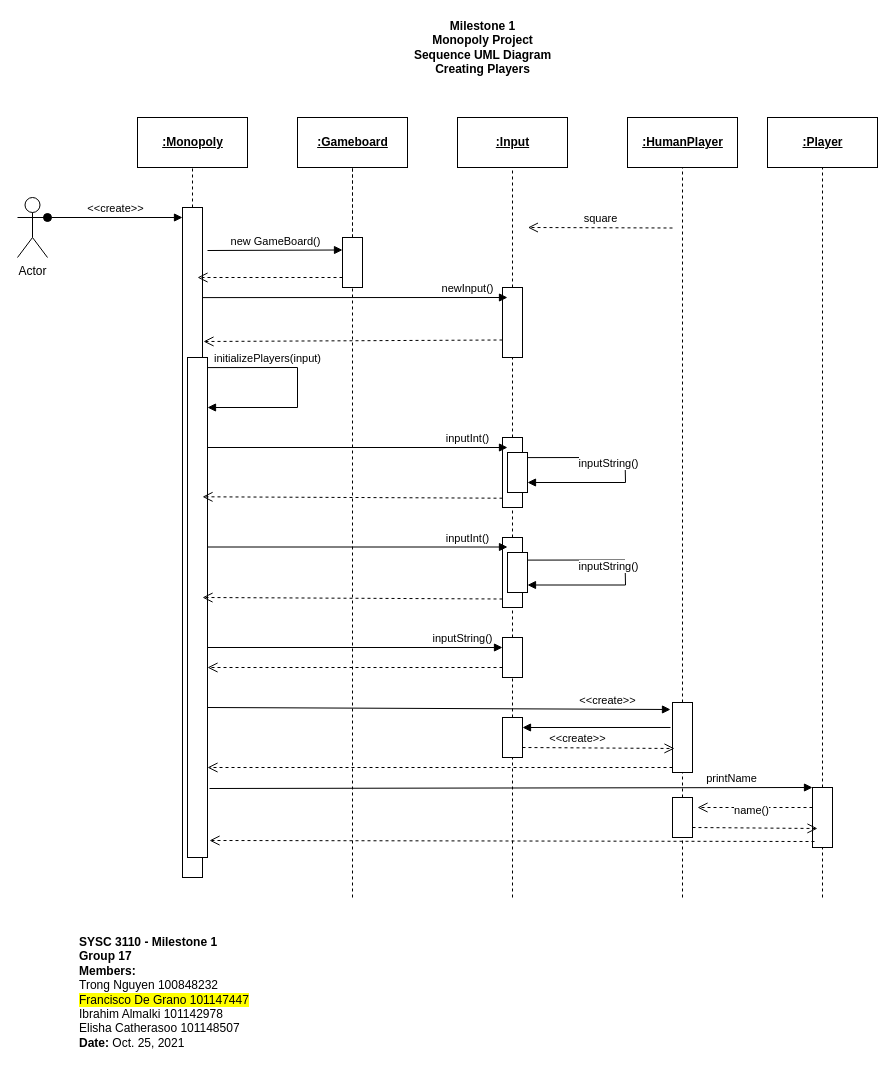
Above: page "SequenceUML_1" (2 of 5) of M1_ClassUML.drawio in trong0dn/monopoly (draw.io), before the change. Source tidied: cells renumbered, new cells numbered last; positions are measured from the earlier drawing's top-left corner, leaving out a move shared by most shapes. Both pictures are drawn from the tidied source at 100%, with x=0, y=0 at pixel (17, 17).
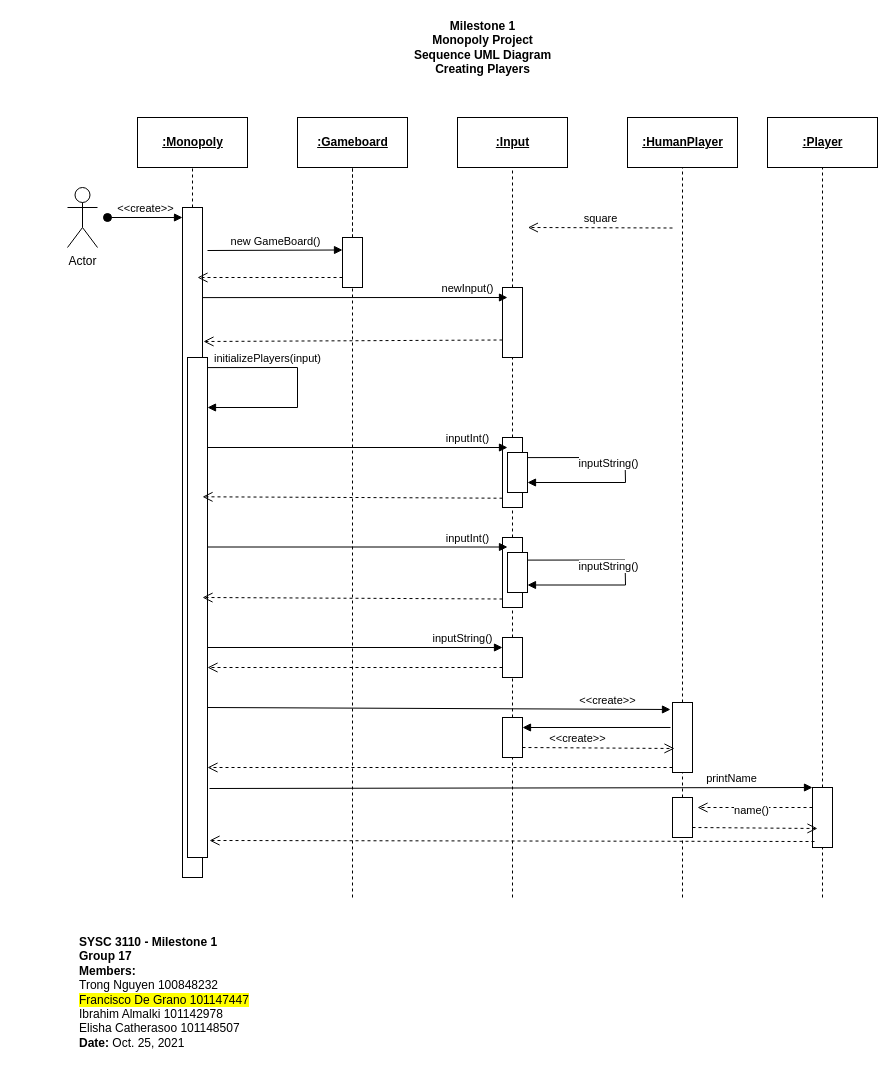
The same page after the edit.

The edit, as a diff of the source:
```diff
@@
-    <mxCell id="9" value="&amp;lt;&amp;lt;create&amp;gt;&amp;gt;" style="html=1;verticalAlign=bottom;startArrow=oval;startFill=1;endArrow=block;startSize=8;rounded=0;exitX=1;exitY=0.3333333333333333;exitDx=0;exitDy=0;exitPerimeter=0;" parent="1" edge="1" source="22">
+    <mxCell id="9" value="&amp;lt;&amp;lt;create&amp;gt;&amp;gt;" style="html=1;verticalAlign=bottom;startArrow=oval;startFill=1;endArrow=block;startSize=8;rounded=0;" parent="1" edge="1">
       <mxGeometry relative="1" as="geometry">
+        <mxPoint x="90" y="200" as="sourcePoint" />
         <mxPoint x="165" y="200" as="targetPoint" />
       </mxGeometry>
     </mxCell>
@@
     <mxCell id="22" value="Actor" style="shape=umlActor;verticalLabelPosition=bottom;verticalAlign=top;html=1;outlineConnect=0;" parent="1" vertex="1">
-      <mxGeometry y="180" width="30" height="60" as="geometry" />
+      <mxGeometry x="50" y="170" width="30" height="60" as="geometry" />
     </mxCell>
```
